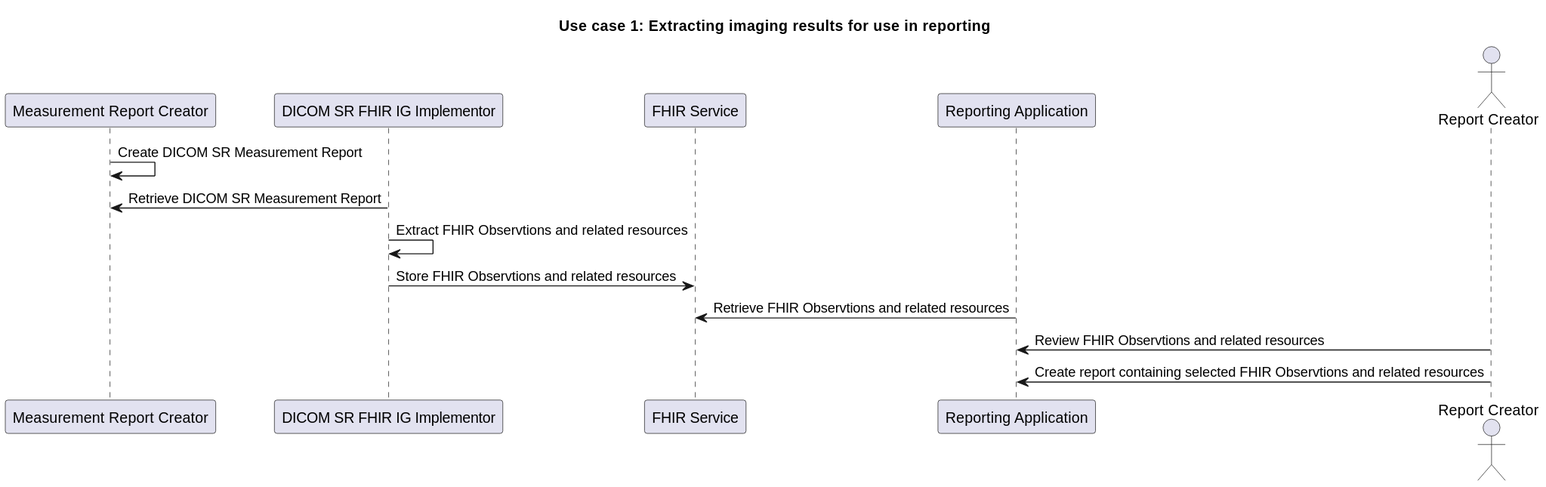
This is input/images/dicom_sr_report_extraction.svg from HL7/dicom-sr, a PlantUML export, as it was before one commit. The source it was exported from:
```plantuml
@startuml dicom_sr_report_extraction
title Use case 1: Extracting imaging results for use in reporting

participant "Measurement Report Creator" as sr_creator
participant "DICOM SR FHIR IG Implementor" as ig_implementor
participant "FHIR Service" as fhir_service
participant "Reporting Application" as report_creator
actor "Report Creator" as reporter

sr_creator -> sr_creator: Create DICOM SR Measurement Report
ig_implementor -> sr_creator: Retrieve DICOM SR Measurement Report
ig_implementor -> ig_implementor: Extract FHIR Observtions and related resources
ig_implementor -> fhir_service: Store FHIR Observtions and related resources
report_creator -> fhir_service: Retrieve FHIR Observtions and related resources
reporter -> report_creator: Review FHIR Observtions and related resources
reporter -> report_creator: Create report containing selected FHIR Observtions and related resources

@enduml
```
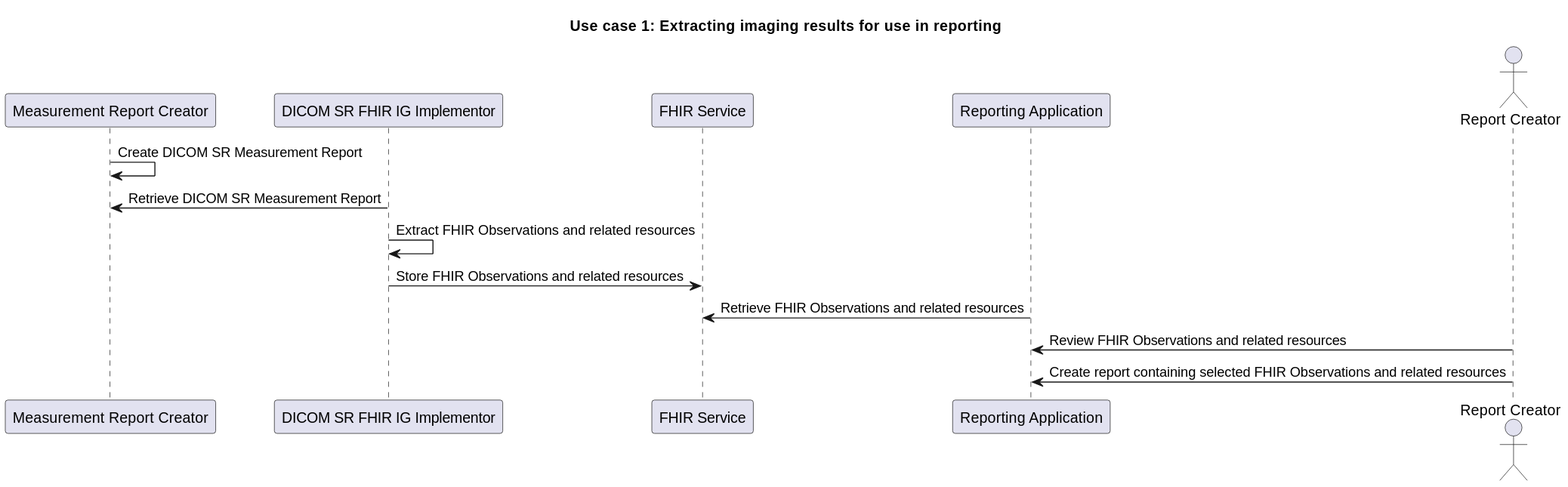
After the commit.

Commit message:
FHIR-47267 - Fix typo in diagrams -- had already been fixed in UML but needed re-generation of PNG / SVG

The edit, as a diff of the source:
```diff
@@ -1,4 +1,4 @@
-@startuml dicom_sr_report_extraction
+@startuml
 title Use case 1: Extracting imaging results for use in reporting
 
 participant "Measurement Report Creator" as sr_creator
@@ -9,10 +9,9 @@
 
 sr_creator -> sr_creator: Create DICOM SR Measurement Report
 ig_implementor -> sr_creator: Retrieve DICOM SR Measurement Report
-ig_implementor -> ig_implementor: Extract FHIR Observtions and related resources
-ig_implementor -> fhir_service: Store FHIR Observtions and related resources
-report_creator -> fhir_service: Retrieve FHIR Observtions and related resources
-reporter -> report_creator: Review FHIR Observtions and related resources
-reporter -> report_creator: Create report containing selected FHIR Observtions and related resources
-
+ig_implementor -> ig_implementor: Extract FHIR Observations and related resources
+ig_implementor -> fhir_service: Store FHIR Observations and related resources
+report_creator -> fhir_service: Retrieve FHIR Observations and related resources
+reporter -> report_creator: Review FHIR Observations and related resources
+reporter -> report_creator: Create report containing selected FHIR Observations and related resources
 @enduml
```
